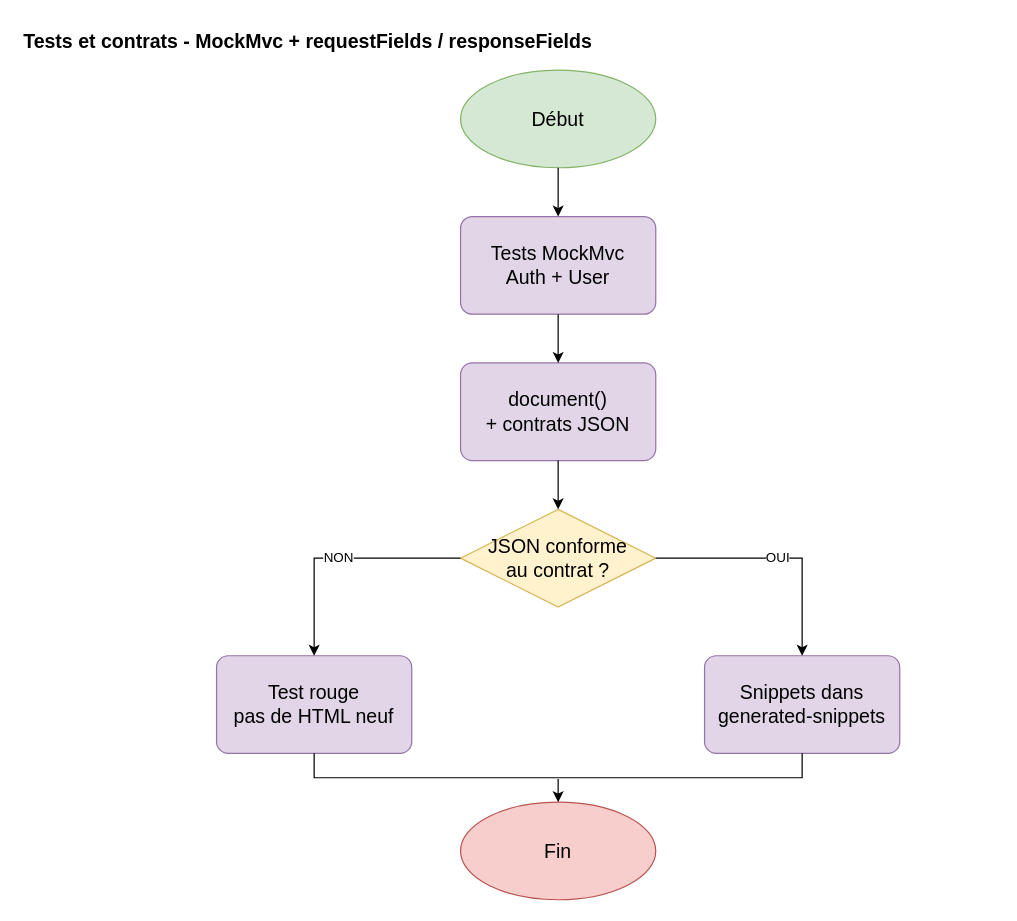
OrifInformatique/spring-auth keeps this draw.io diagram as page "2. Tests and contracts" (2 of 4) of docs/process/restdocs-generation.drawio. Above is the earlier version. Source tidied: cells renumbered, new cells numbered last; positions are measured from the earlier drawing's top-left corner, leaving out a move shared by most shapes. Both pictures are drawn from the tidied source at 122%, with x=0, y=0 at pixel (21, 21).
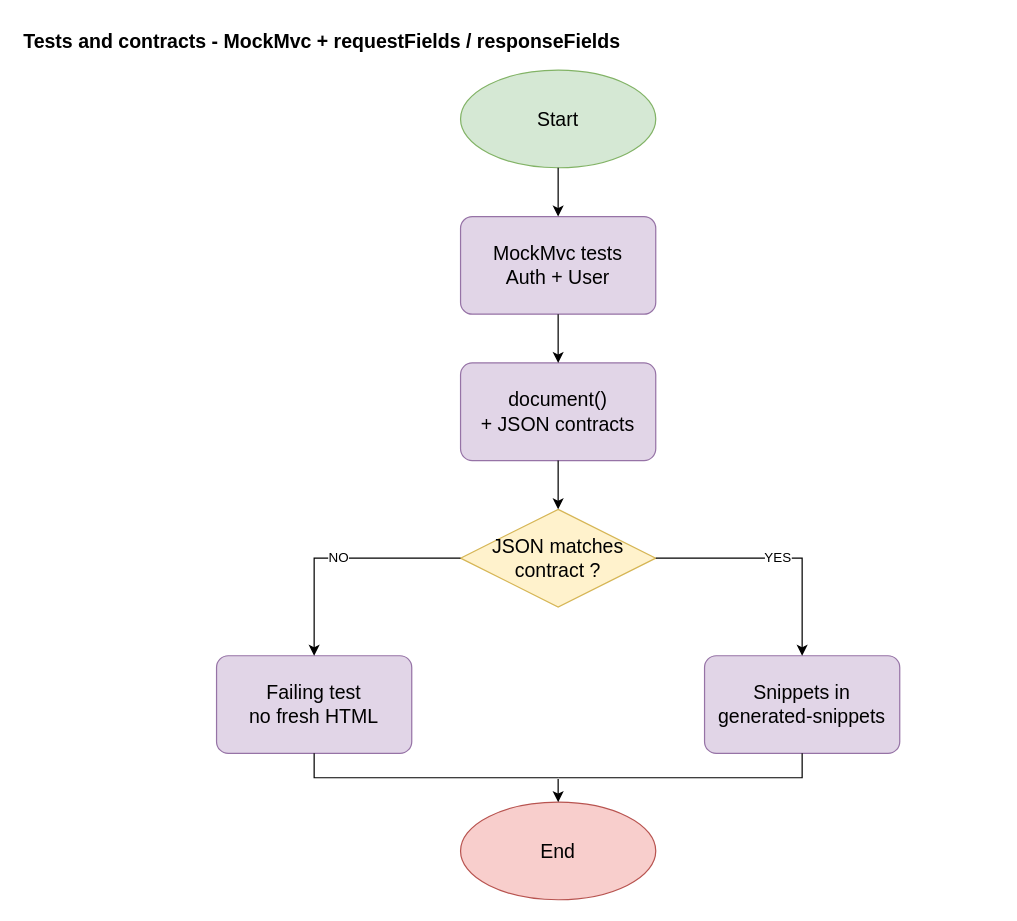
The same page after the edit.

Diff of the diagram source:
```diff
@@
-    <mxCell id="2" value="Tests et contrats  - MockMvc + requestFields / responseFields" style="text;html=1;strokeColor=none;fillColor=none;align=left;fontFamily=Helvetica;fontSize=16;fontStyle=1;fontColor=#000000;" parent="1" vertex="1">
+    <mxCell id="2" value="Tests and contracts  - MockMvc + requestFields / responseFields" style="text;html=1;strokeColor=none;fillColor=none;align=left;fontFamily=Helvetica;fontSize=16;fontStyle=1;fontColor=#000000;" parent="1" vertex="1">
       <mxGeometry width="800" height="30" as="geometry" />
     </mxCell>
-    <mxCell id="3" value="Début" style="ellipse;whiteSpace=wrap;html=1;strokeWidth=1;fontFamily=Helvetica;fontSize=16;fontStyle=0;fontColor=#000000;align=center;verticalAlign=middle;spacing=2;opacity=100;fillColor=#d5e8d4;strokeColor=#82b366;" parent="1" vertex="1">
+    <mxCell id="3" value="Start" style="ellipse;whiteSpace=wrap;html=1;strokeWidth=1;fontFamily=Helvetica;fontSize=16;fontStyle=0;fontColor=#000000;align=center;verticalAlign=middle;spacing=2;opacity=100;fillColor=#d5e8d4;strokeColor=#82b366;" parent="1" vertex="1">
       <mxGeometry x="360" y="40" width="160" height="80" as="geometry" />
     </mxCell>
-    <mxCell id="4" value="Tests MockMvc&#10;Auth + User" style="rounded=1;arcSize=12;whiteSpace=wrap;html=1;strokeWidth=1;fontFamily=Helvetica;fontSize=16;fontStyle=0;fontColor=#000000;align=center;verticalAlign=middle;spacing=2;opacity=100;fillColor=#e1d5e7;strokeColor=#9673a6;" parent="1" vertex="1">
+    <mxCell id="4" value="MockMvc tests&#10;Auth + User" style="rounded=1;arcSize=12;whiteSpace=wrap;html=1;strokeWidth=1;fontFamily=Helvetica;fontSize=16;fontStyle=0;fontColor=#000000;align=center;verticalAlign=middle;spacing=2;opacity=100;fillColor=#e1d5e7;strokeColor=#9673a6;" parent="1" vertex="1">
       <mxGeometry x="360" y="160" width="160" height="80" as="geometry" />
     </mxCell>
-    <mxCell id="5" value="document()&#10;+ contrats JSON" style="rounded=1;arcSize=12;whiteSpace=wrap;html=1;strokeWidth=1;fontFamily=Helvetica;fontSize=16;fontStyle=0;fontColor=#000000;align=center;verticalAlign=middle;spacing=2;opacity=100;fillColor=#e1d5e7;strokeColor=#9673a6;" parent="1" vertex="1">
+    <mxCell id="5" value="document()&#10;+ JSON contracts" style="rounded=1;arcSize=12;whiteSpace=wrap;html=1;strokeWidth=1;fontFamily=Helvetica;fontSize=16;fontStyle=0;fontColor=#000000;align=center;verticalAlign=middle;spacing=2;opacity=100;fillColor=#e1d5e7;strokeColor=#9673a6;" parent="1" vertex="1">
       <mxGeometry x="360" y="280" width="160" height="80" as="geometry" />
     </mxCell>
-    <mxCell id="6" value="JSON conforme&#10;au contrat ?" style="rhombus;whiteSpace=wrap;html=1;strokeWidth=1;fontFamily=Helvetica;fontSize=16;fontStyle=0;fontColor=#000000;align=center;verticalAlign=middle;spacing=2;opacity=100;fillColor=#fff2cc;strokeColor=#d6b656;" parent="1" vertex="1">
+    <mxCell id="6" value="JSON matches&#10;contract ?" style="rhombus;whiteSpace=wrap;html=1;strokeWidth=1;fontFamily=Helvetica;fontSize=16;fontStyle=0;fontColor=#000000;align=center;verticalAlign=middle;spacing=2;opacity=100;fillColor=#fff2cc;strokeColor=#d6b656;" parent="1" vertex="1">
       <mxGeometry x="360" y="400" width="160" height="80" as="geometry" />
     </mxCell>
-    <mxCell id="7" value="Test rouge&#10;pas de HTML neuf" style="rounded=1;arcSize=12;whiteSpace=wrap;html=1;strokeWidth=1;fontFamily=Helvetica;fontSize=16;fontStyle=0;fontColor=#000000;align=center;verticalAlign=middle;spacing=2;opacity=100;fillColor=#e1d5e7;strokeColor=#9673a6;" parent="1" vertex="1">
+    <mxCell id="7" value="Failing test&#10;no fresh HTML" style="rounded=1;arcSize=12;whiteSpace=wrap;html=1;strokeWidth=1;fontFamily=Helvetica;fontSize=16;fontStyle=0;fontColor=#000000;align=center;verticalAlign=middle;spacing=2;opacity=100;fillColor=#e1d5e7;strokeColor=#9673a6;" parent="1" vertex="1">
       <mxGeometry x="160" y="520" width="160" height="80" as="geometry" />
     </mxCell>
-    <mxCell id="8" value="Snippets dans&#10;generated-snippets" style="rounded=1;arcSize=12;whiteSpace=wrap;html=1;strokeWidth=1;fontFamily=Helvetica;fontSize=16;fontStyle=0;fontColor=#000000;align=center;verticalAlign=middle;spacing=2;opacity=100;fillColor=#e1d5e7;strokeColor=#9673a6;" parent="1" vertex="1">
+    <mxCell id="8" value="Snippets in&#10;generated-snippets" style="rounded=1;arcSize=12;whiteSpace=wrap;html=1;strokeWidth=1;fontFamily=Helvetica;fontSize=16;fontStyle=0;fontColor=#000000;align=center;verticalAlign=middle;spacing=2;opacity=100;fillColor=#e1d5e7;strokeColor=#9673a6;" parent="1" vertex="1">
       <mxGeometry x="560" y="520" width="160" height="80" as="geometry" />
     </mxCell>
-    <mxCell id="9" value="Fin" style="ellipse;whiteSpace=wrap;html=1;strokeWidth=1;fontFamily=Helvetica;fontSize=16;fontStyle=0;fontColor=#000000;align=center;verticalAlign=middle;spacing=2;opacity=100;fillColor=#f8cecc;strokeColor=#b85450;" parent="1" vertex="1">
+    <mxCell id="9" value="End" style="ellipse;whiteSpace=wrap;html=1;strokeWidth=1;fontFamily=Helvetica;fontSize=16;fontStyle=0;fontColor=#000000;align=center;verticalAlign=middle;spacing=2;opacity=100;fillColor=#f8cecc;strokeColor=#b85450;" parent="1" vertex="1">
       <mxGeometry x="360" y="640" width="160" height="80" as="geometry" />
     </mxCell>
@@
-    <mxCell id="14" value="NON" style="edgeStyle=orthogonalEdgeStyle;rounded=0;jettySize=auto;html=1;strokeColor=#000000;strokeWidth=1;startArrow=none;endArrow=classic;endFill=1;endSize=6;jumpStyle=none;jumpSize=6;opacity=100;fontFamily=Helvetica;fontSize=11;fontColor=#000000;labelBackgroundColor=#ffffff;align=center;verticalAlign=middle;spacing=2;exitX=0;exitY=0.5;entryX=0.5;entryY=0;" parent="1" edge="1" source="6" target="7">
+    <mxCell id="14" value="NO" style="edgeStyle=orthogonalEdgeStyle;rounded=0;jettySize=auto;html=1;strokeColor=#000000;strokeWidth=1;startArrow=none;endArrow=classic;endFill=1;endSize=6;jumpStyle=none;jumpSize=6;opacity=100;fontFamily=Helvetica;fontSize=11;fontColor=#000000;labelBackgroundColor=#ffffff;align=center;verticalAlign=middle;spacing=2;exitX=0;exitY=0.5;entryX=0.5;entryY=0;" parent="1" edge="1" source="6" target="7">
       <mxGeometry relative="1" as="geometry">
         <Array as="points">
           <mxPoint x="240" y="440" />
         </Array>
       </mxGeometry>
     </mxCell>
-    <mxCell id="15" value="OUI" style="edgeStyle=orthogonalEdgeStyle;rounded=0;jettySize=auto;html=1;strokeColor=#000000;strokeWidth=1;startArrow=none;endArrow=classic;endFill=1;endSize=6;jumpStyle=none;jumpSize=6;opacity=100;fontFamily=Helvetica;fontSize=11;fontColor=#000000;labelBackgroundColor=#ffffff;align=center;verticalAlign=middle;spacing=2;exitX=1;exitY=0.5;entryX=0.5;entryY=0;" parent="1" edge="1" source="6" target="8">
+    <mxCell id="15" value="YES" style="edgeStyle=orthogonalEdgeStyle;rounded=0;jettySize=auto;html=1;strokeColor=#000000;strokeWidth=1;startArrow=none;endArrow=classic;endFill=1;endSize=6;jumpStyle=none;jumpSize=6;opacity=100;fontFamily=Helvetica;fontSize=11;fontColor=#000000;labelBackgroundColor=#ffffff;align=center;verticalAlign=middle;spacing=2;exitX=1;exitY=0.5;entryX=0.5;entryY=0;" parent="1" edge="1" source="6" target="8">
       <mxGeometry relative="1" as="geometry">
         <Array as="points">
           <mxPoint x="640" y="440" />
         </Array>
       </mxGeometry>
     </mxCell>
```
